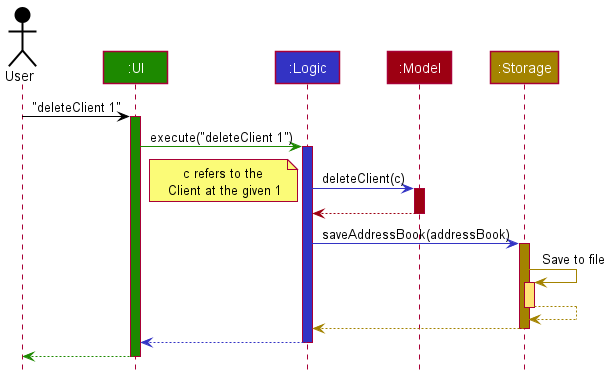
robinrojh/tp keeps this PlantUML diagram as docs/images/ArchitectureSequenceDiagram.png. Above is the earlier version. The source it was exported from:
```plantuml
@startuml
!include style.puml

Actor User as user USER_COLOR
Participant ":UI" as ui UI_COLOR
Participant ":Logic" as logic LOGIC_COLOR
Participant ":Model" as model MODEL_COLOR
Participant ":Storage" as storage STORAGE_COLOR

user -[USER_COLOR]> ui : "deleteClient 1"
activate ui UI_COLOR

ui -[UI_COLOR]> logic : execute("deleteClient 1")
activate logic LOGIC_COLOR


logic -[LOGIC_COLOR]> model : deleteClient(c)
activate model MODEL_COLOR
note left: c refers to the\n Client at the given 1
model -[MODEL_COLOR]-> logic
deactivate model

logic -[LOGIC_COLOR]> storage : saveAddressBook(addressBook)
activate storage STORAGE_COLOR

storage -[STORAGE_COLOR]> storage : Save to file
activate storage STORAGE_COLOR_T1
storage --[STORAGE_COLOR]> storage
deactivate storage

storage --[STORAGE_COLOR]> logic
deactivate storage

logic --[LOGIC_COLOR]> ui
deactivate logic

ui--[UI_COLOR]> user
deactivate ui
@enduml
```
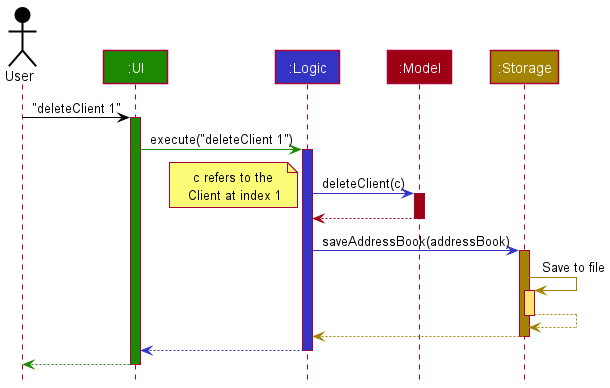
Above is the later version.

Commit message:
Update architecture sequence diagram

Diff of the diagram source:
```diff
@@ -16,7 +16,7 @@
 
 logic -[LOGIC_COLOR]> model : deleteClient(c)
 activate model MODEL_COLOR
-note left: c refers to the\n Client at the given 1
+note left: c refers to the\n Client at index 1
 model -[MODEL_COLOR]-> logic
 deactivate model
 
```
